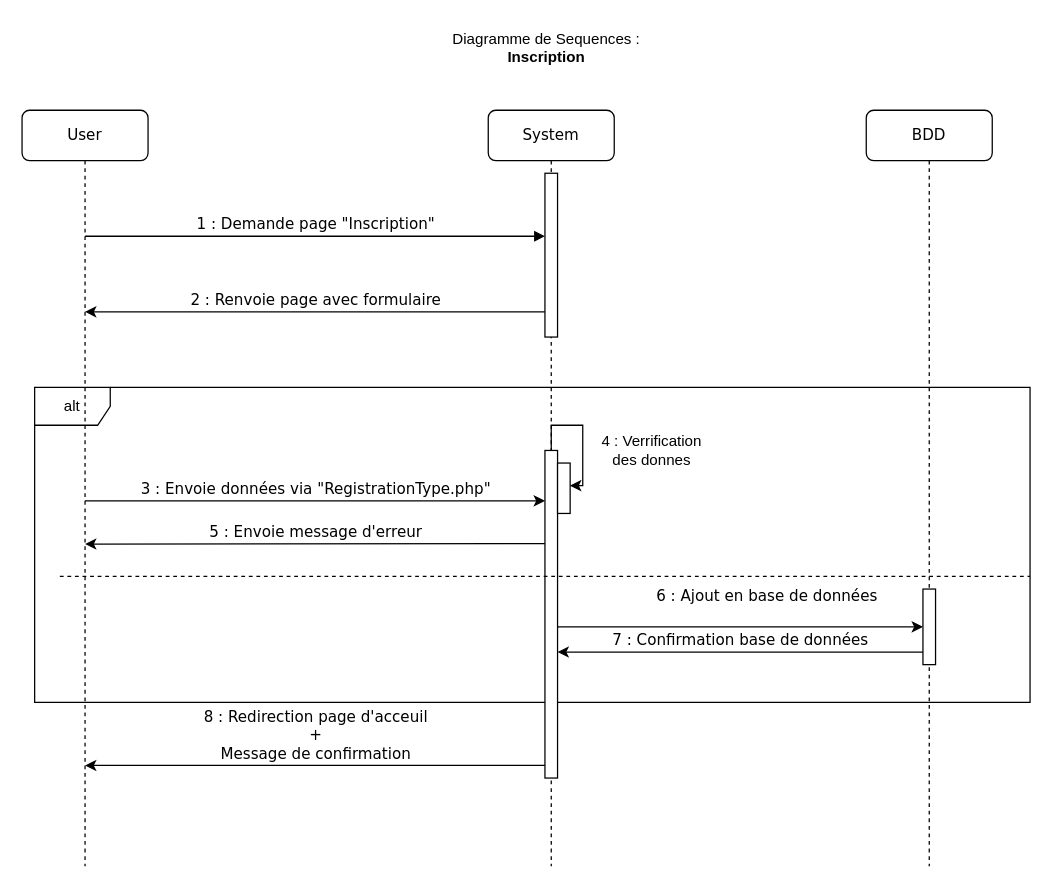
Above: UMLs/Sequence/DiagrammeSequenceRegistration.drawio in erreur4045/symfony (draw.io), before the change. Source tidied: cells renumbered, new cells numbered last; positions are measured from the earlier drawing's top-left corner, leaving out a move shared by most shapes. Both pictures are drawn from the tidied source at 126%, with x=0, y=0 at pixel (21, 21).
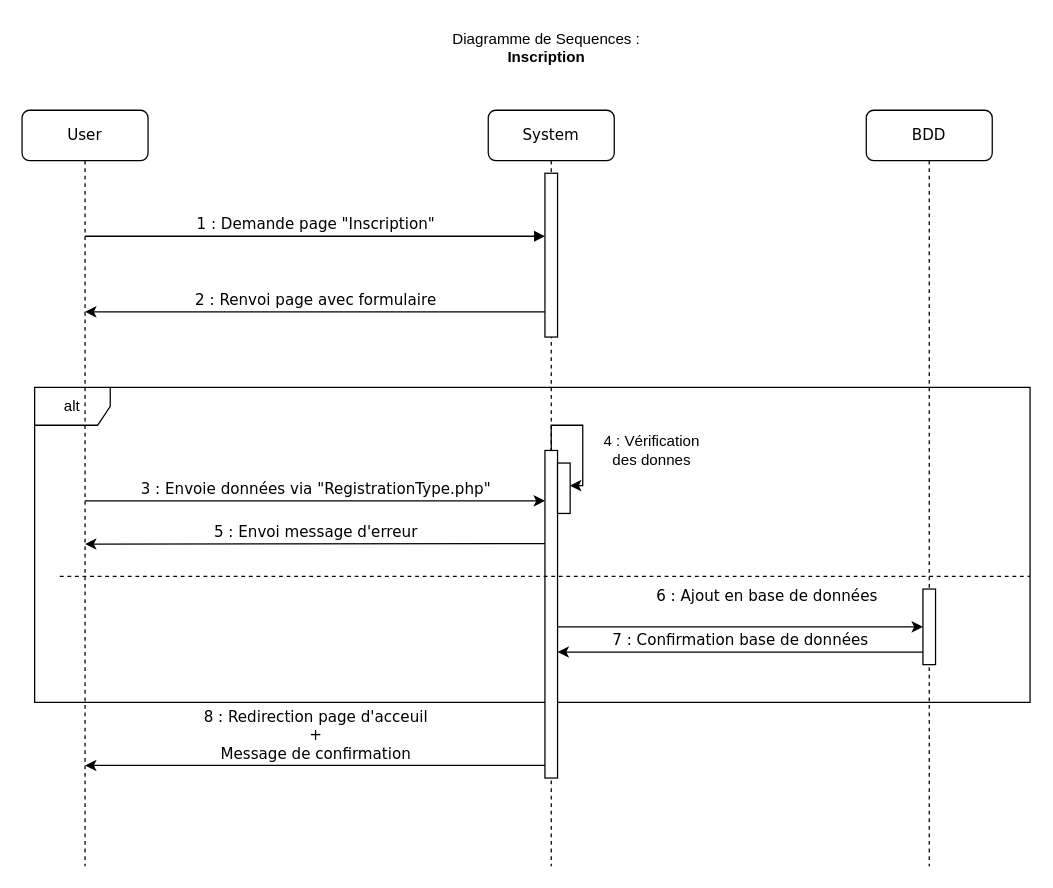
The same diagram, later.

Change to the diagram source:
```diff
@@
-    <mxCell id="10" value="2 : Renvoie page avec formulaire" style="html=1;verticalAlign=bottom;endArrow=none;labelBackgroundColor=none;fontFamily=Verdana;fontSize=12;edgeStyle=elbowEdgeStyle;elbow=vertical;startArrow=classic;startFill=1;endFill=0;" parent="1" edge="1">
+    <mxCell id="10" value="2 : Renvoi page avec formulaire" style="html=1;verticalAlign=bottom;endArrow=none;labelBackgroundColor=none;fontFamily=Verdana;fontSize=12;edgeStyle=elbowEdgeStyle;elbow=vertical;startArrow=classic;startFill=1;endFill=0;" parent="1" edge="1">
       <mxGeometry relative="1" as="geometry">
         <mxPoint x="50" y="230" as="sourcePoint" />
         <mxPoint x="415" y="230" as="targetPoint" />
       </mxGeometry>
     </mxCell>
@@
-    <mxCell id="12" value="5 : Envoie message d'erreur" style="html=1;verticalAlign=bottom;endArrow=none;labelBackgroundColor=none;fontFamily=Verdana;fontSize=12;edgeStyle=elbowEdgeStyle;elbow=vertical;startArrow=classic;startFill=1;endFill=0;" parent="1" edge="1">
+    <mxCell id="12" value="5 : Envoi message d'erreur" style="html=1;verticalAlign=bottom;endArrow=none;labelBackgroundColor=none;fontFamily=Verdana;fontSize=12;edgeStyle=elbowEdgeStyle;elbow=vertical;startArrow=classic;startFill=1;endFill=0;" parent="1" edge="1">
       <mxGeometry relative="1" as="geometry">
         <mxPoint x="50" y="414.3" as="sourcePoint" />
         <mxPoint x="415" y="414.3" as="targetPoint" />
       </mxGeometry>
     </mxCell>
@@
-    <mxCell id="18" value="4 : Verrification des donnes" style="text;html=1;strokeColor=none;fillColor=none;align=center;verticalAlign=middle;whiteSpace=wrap;rounded=0;" parent="1" vertex="1">
+    <mxCell id="18" value="4 : Vérification des donnes" style="text;html=1;strokeColor=none;fillColor=none;align=center;verticalAlign=middle;whiteSpace=wrap;rounded=0;" parent="1" vertex="1">
       <mxGeometry x="450" y="320" width="100" height="40" as="geometry" />
     </mxCell>
```
